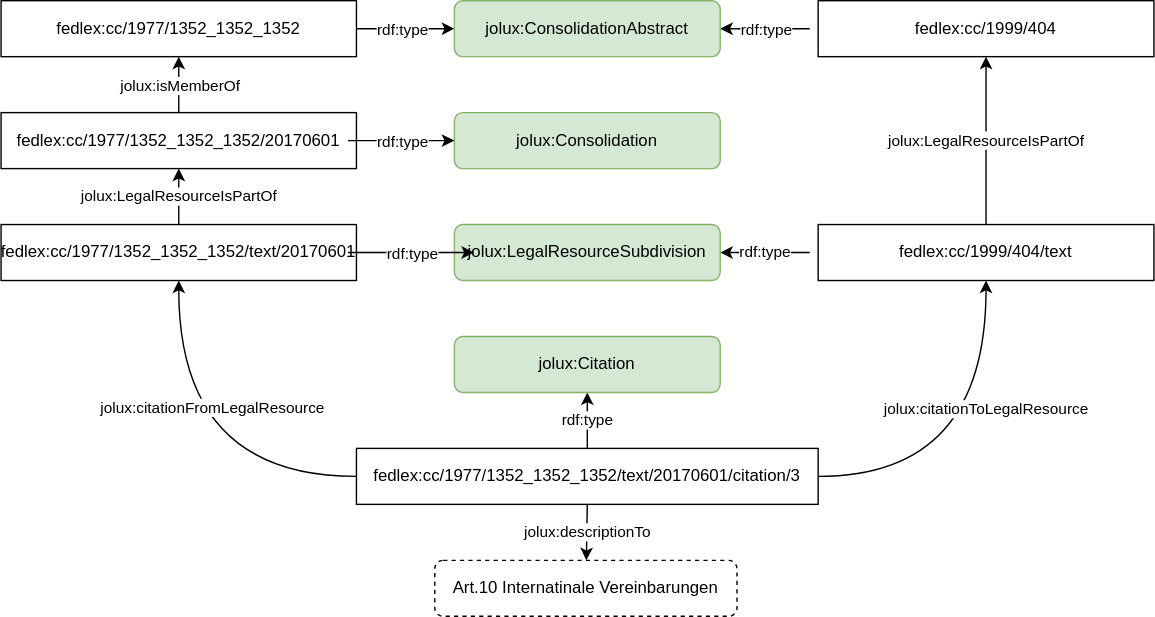
This is content/img/citations.svg from bequrios/fedlex, a draw.io export, as it was before one commit. Source tidied: cells renumbered, new cells last; positions are measured from the earlier drawing's top-left corner, leaving out a move shared by most shapes. Its diagram source:
```xml
<mxGraphModel>
  <root>
    <mxCell id="0" />
    <mxCell id="1" parent="0" />
    <mxCell id="2" style="edgeStyle=orthogonalEdgeStyle;html=1;exitX=1;exitY=0.5;exitDx=0;exitDy=0;entryX=0;entryY=0.5;entryDx=0;entryDy=0;" parent="1" edge="1" target="20">
      <mxGeometry relative="1" as="geometry">
        <mxPoint x="248" y="20" as="sourcePoint" />
      </mxGeometry>
    </mxCell>
    <mxCell id="3" value="&lt;div&gt;rdf:type&lt;/div&gt;" style="edgeLabel;html=1;align=center;verticalAlign=middle;" parent="2" vertex="1">
      <mxGeometry relative="1" as="geometry" />
    </mxCell>
    <mxCell id="4" value="fedlex:cc/1977/1352_1352_1352" style="rounded=0;whiteSpace=wrap;html=1;" parent="1" vertex="1">
      <mxGeometry width="254" height="40" as="geometry" />
    </mxCell>
    <mxCell id="5" style="edgeStyle=orthogonalEdgeStyle;html=1;exitX=0.5;exitY=0;exitDx=0;exitDy=0;rounded=0;entryX=0.5;entryY=1;entryDx=0;entryDy=0;" parent="1" edge="1" source="8" target="4">
      <mxGeometry relative="1" as="geometry" />
    </mxCell>
    <mxCell id="6" value="jolux:isMemberOf" style="edgeLabel;html=1;align=center;verticalAlign=middle;" parent="5" vertex="1">
      <mxGeometry relative="1" as="geometry" />
    </mxCell>
    <mxCell id="7" value="jolux:LegalResourceIsPartOf" style="edgeStyle=none;html=1;exitX=0.5;exitY=0;exitDx=0;exitDy=0;entryX=0.5;entryY=1;entryDx=0;entryDy=0;" parent="1" edge="1" source="9" target="8">
      <mxGeometry relative="1" as="geometry" />
    </mxCell>
    <mxCell id="8" value="fedlex:cc/1977/1352_1352_1352/20170601" style="rounded=0;whiteSpace=wrap;html=1;" parent="1" vertex="1">
      <mxGeometry y="80" width="254" height="40" as="geometry" />
    </mxCell>
    <mxCell id="9" value="fedlex:cc/1977/1352_1352_1352/text/20170601" style="rounded=0;whiteSpace=wrap;html=1;" parent="1" vertex="1">
      <mxGeometry y="160" width="254" height="40" as="geometry" />
    </mxCell>
    <mxCell id="10" value="rdf:type" style="edgeStyle=orthogonalEdgeStyle;curved=1;html=1;exitX=0.5;exitY=0;exitDx=0;exitDy=0;" parent="1" edge="1" source="15" target="16">
      <mxGeometry relative="1" as="geometry" />
    </mxCell>
    <mxCell id="11" style="edgeStyle=orthogonalEdgeStyle;curved=1;html=1;entryX=0.5;entryY=1;entryDx=0;entryDy=0;exitX=0;exitY=0.5;exitDx=0;exitDy=0;" parent="1" edge="1" source="15" target="9">
      <mxGeometry relative="1" as="geometry" />
    </mxCell>
    <mxCell id="12" value="jolux:citationFromLegalResource" style="edgeLabel;html=1;align=center;verticalAlign=middle;" parent="11" vertex="1">
      <mxGeometry x="-0.22" y="-11" relative="1" as="geometry">
        <mxPoint y="-39" as="offset" />
      </mxGeometry>
    </mxCell>
    <mxCell id="13" value="jolux:citationToLegalResource" style="edgeStyle=orthogonalEdgeStyle;curved=1;html=1;entryX=0.5;entryY=1;entryDx=0;entryDy=0;exitX=1;exitY=0.5;exitDx=0;exitDy=0;" parent="1" edge="1" source="15" target="23">
      <mxGeometry x="0.29" relative="1" as="geometry" />
    </mxCell>
    <mxCell id="14" value="jolux:descriptionTo" style="edgeStyle=none;html=1;exitX=0.5;exitY=1;exitDx=0;exitDy=0;" parent="1" edge="1" source="15" target="30">
      <mxGeometry relative="1" as="geometry" />
    </mxCell>
    <mxCell id="15" value="fedlex:cc/1977/1352_1352_1352/text/20170601/citation/3" style="rounded=0;whiteSpace=wrap;html=1;" parent="1" vertex="1">
      <mxGeometry x="254" y="320" width="330" height="40" as="geometry" />
    </mxCell>
    <mxCell id="16" value="jolux:Citation" style="rounded=1;whiteSpace=wrap;html=1;fillColor=#d5e8d4;strokeColor=#82b366;" parent="1" vertex="1">
      <mxGeometry x="324" y="240" width="190" height="40" as="geometry" />
    </mxCell>
    <mxCell id="17" style="edgeStyle=orthogonalEdgeStyle;html=1;exitX=0;exitY=0.5;exitDx=0;exitDy=0;entryX=1;entryY=0.5;entryDx=0;entryDy=0;" parent="1" edge="1" target="20">
      <mxGeometry relative="1" as="geometry">
        <mxPoint x="578" y="20" as="sourcePoint" />
      </mxGeometry>
    </mxCell>
    <mxCell id="18" value="&lt;div&gt;rdf:type&lt;/div&gt;" style="edgeLabel;html=1;align=center;verticalAlign=middle;" parent="17" vertex="1">
      <mxGeometry relative="1" as="geometry" />
    </mxCell>
    <mxCell id="19" value="fedlex:cc/1999/404" style="rounded=0;whiteSpace=wrap;html=1;" parent="1" vertex="1">
      <mxGeometry x="584" width="240" height="40" as="geometry" />
    </mxCell>
    <mxCell id="20" value="jolux:ConsolidationAbstract" style="rounded=1;whiteSpace=wrap;html=1;fillColor=#d5e8d4;strokeColor=#82b366;" parent="1" vertex="1">
      <mxGeometry x="324" width="190" height="40" as="geometry" />
    </mxCell>
    <mxCell id="21" value="jolux:LegalResourceIsPartOf" style="edgeStyle=none;html=1;exitX=0.5;exitY=0;exitDx=0;exitDy=0;entryX=0.5;entryY=1;entryDx=0;entryDy=0;" parent="1" edge="1" source="23" target="19">
      <mxGeometry relative="1" as="geometry" />
    </mxCell>
    <mxCell id="22" value="jolux:Consolidation" style="rounded=1;whiteSpace=wrap;html=1;fillColor=#d5e8d4;strokeColor=#82b366;" parent="1" vertex="1">
      <mxGeometry x="324" y="80" width="190" height="40" as="geometry" />
    </mxCell>
    <mxCell id="23" value="fedlex:cc/1999/404/text" style="rounded=0;whiteSpace=wrap;html=1;" parent="1" vertex="1">
      <mxGeometry x="584" y="160" width="240" height="40" as="geometry" />
    </mxCell>
    <mxCell id="24" value="rdf:type" style="edgeStyle=orthogonalEdgeStyle;rounded=0;html=1;exitX=0;exitY=0.5;exitDx=0;exitDy=0;entryX=1;entryY=0.5;entryDx=0;entryDy=0;" parent="1" edge="1" target="25">
      <mxGeometry relative="1" as="geometry">
        <mxPoint x="578" y="180" as="sourcePoint" />
      </mxGeometry>
    </mxCell>
    <mxCell id="25" value="jolux:LegalResourceSubdivision" style="rounded=1;whiteSpace=wrap;html=1;fillColor=#d5e8d4;strokeColor=#82b366;" parent="1" vertex="1">
      <mxGeometry x="324" y="160" width="190" height="40" as="geometry" />
    </mxCell>
    <mxCell id="26" style="edgeStyle=orthogonalEdgeStyle;html=1;exitX=1;exitY=0.5;exitDx=0;exitDy=0;entryX=0;entryY=0.5;entryDx=0;entryDy=0;" parent="1" edge="1" target="22">
      <mxGeometry relative="1" as="geometry">
        <mxPoint x="248" y="100" as="sourcePoint" />
      </mxGeometry>
    </mxCell>
    <mxCell id="27" value="&lt;div&gt;rdf:type&lt;/div&gt;" style="edgeLabel;html=1;align=center;verticalAlign=middle;" parent="26" vertex="1">
      <mxGeometry relative="1" as="geometry" />
    </mxCell>
    <mxCell id="28" style="edgeStyle=orthogonalEdgeStyle;html=1;exitX=1;exitY=0.5;exitDx=0;exitDy=0;" parent="1" edge="1">
      <mxGeometry relative="1" as="geometry">
        <mxPoint x="248" y="180" as="sourcePoint" />
        <mxPoint x="338" y="180" as="targetPoint" />
      </mxGeometry>
    </mxCell>
    <mxCell id="29" value="&lt;div&gt;rdf:type&lt;/div&gt;" style="edgeLabel;html=1;align=center;verticalAlign=middle;" parent="28" vertex="1">
      <mxGeometry relative="1" as="geometry" />
    </mxCell>
    <mxCell id="30" value="&lt;span style=&quot;&quot;&gt;Art.10 Internatinale Vereinbarungen&lt;br&gt; &lt;/span&gt;" style="rounded=1;whiteSpace=wrap;html=1;dashed=1;" parent="1" vertex="1">
      <mxGeometry x="310" y="400" width="216" height="40" as="geometry" />
    </mxCell>
  </root>
</mxGraphModel>
```
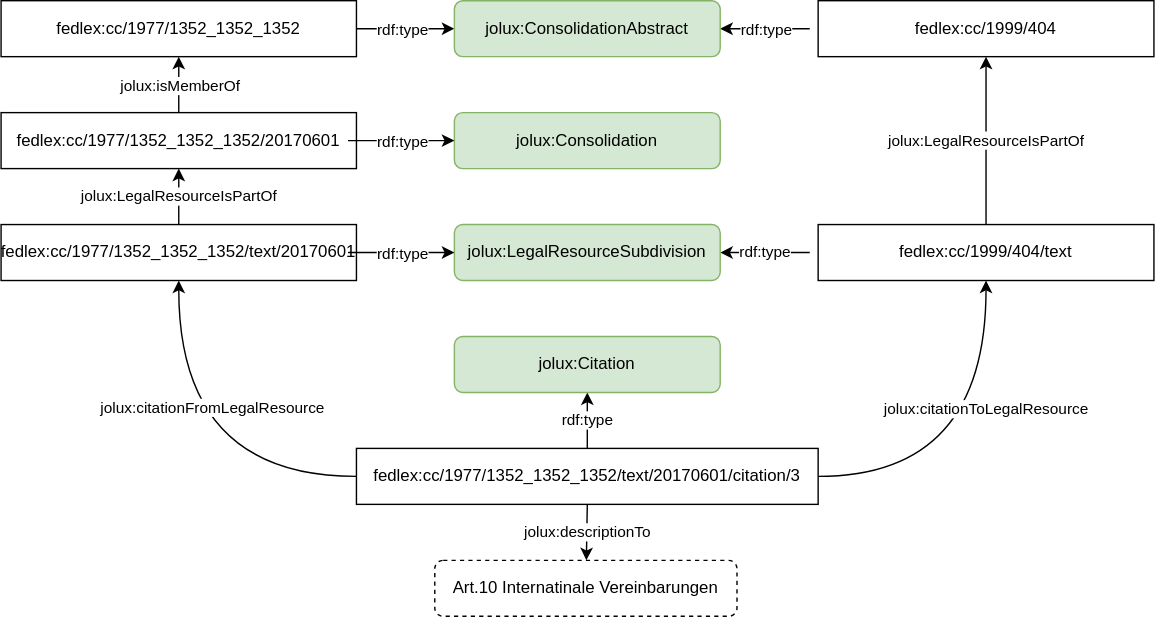
Later version of the same file.

What changed in the source:
```diff
@@ -90,10 +90,9 @@
     <mxCell id="27" value="&lt;div&gt;rdf:type&lt;/div&gt;" style="edgeLabel;html=1;align=center;verticalAlign=middle;" parent="26" vertex="1">
       <mxGeometry relative="1" as="geometry" />
     </mxCell>
-    <mxCell id="28" style="edgeStyle=orthogonalEdgeStyle;html=1;exitX=1;exitY=0.5;exitDx=0;exitDy=0;" parent="1" edge="1">
+    <mxCell id="28" style="edgeStyle=orthogonalEdgeStyle;html=1;exitX=1;exitY=0.5;exitDx=0;exitDy=0;entryX=0;entryY=0.5;entryDx=0;entryDy=0;" parent="1" edge="1" target="25">
       <mxGeometry relative="1" as="geometry">
         <mxPoint x="248" y="180" as="sourcePoint" />
-        <mxPoint x="338" y="180" as="targetPoint" />
       </mxGeometry>
     </mxCell>
     <mxCell id="29" value="&lt;div&gt;rdf:type&lt;/div&gt;" style="edgeLabel;html=1;align=center;verticalAlign=middle;" parent="28" vertex="1">
```
